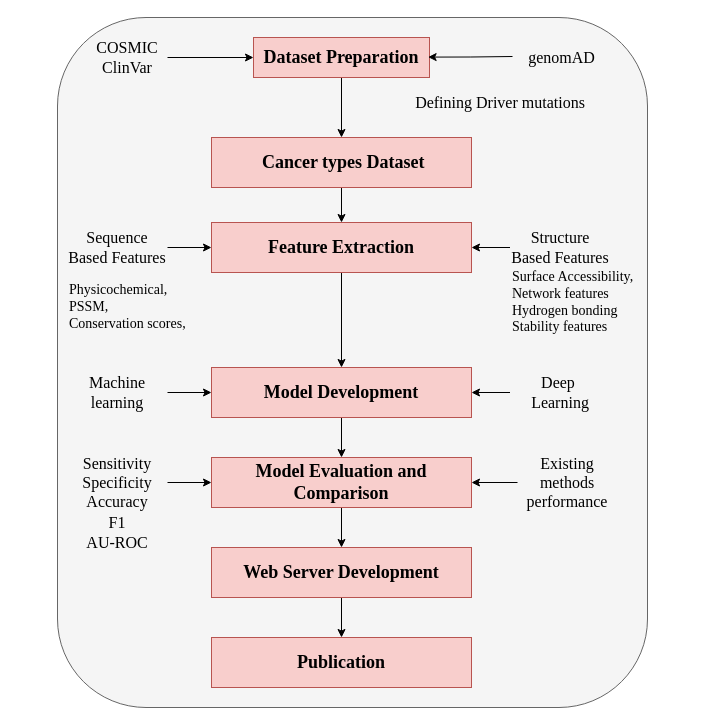
amitphogat/Phogat keeps this draw.io diagram as grant_2.drawio. Above is the earlier version. Source tidied: cells renumbered, new cells numbered last; positions are measured from the earlier drawing's top-left corner, leaving out a move shared by most shapes. Both pictures are drawn from the tidied source at 100%, with x=0, y=0 at pixel (57, 17).
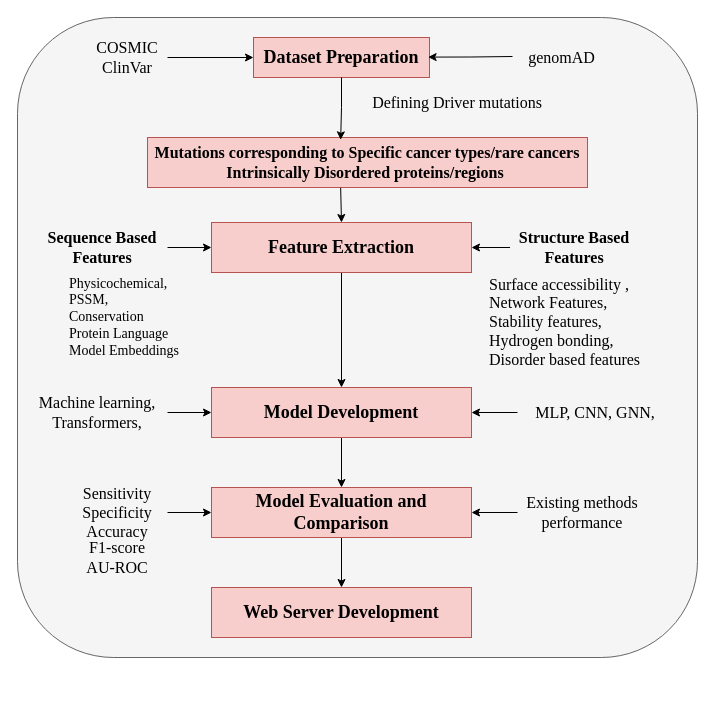
Above is the later version.

The change refers to these unchanged cells:
```xml
<mxCell id="4" value="Dataset Preparation" style="rounded=0;whiteSpace=wrap;html=1;fontFamily=Times New Roman;fontSize=18;fontStyle=1;fillColor=#f8cecc;strokeColor=#b85450;" parent="1" vertex="1">
  <mxGeometry x="196" y="20" width="176" height="40" as="geometry" />
</mxCell>
<mxCell id="9" value="Feature Extraction" style="rounded=0;whiteSpace=wrap;html=1;fontSize=18;fontFamily=Times New Roman;fontStyle=1;fillColor=#f8cecc;strokeColor=#b85450;" parent="1" vertex="1">
  <mxGeometry x="154" y="205" width="260" height="50" as="geometry" />
</mxCell>
```

The edit, as a diff of the source:
```diff
@@
     <mxCell id="2" style="rounded=1;whiteSpace=wrap;html=1;fontFamily=Times New Roman;fontSize=18;fontStyle=1;fillColor=#f5f5f5;fontColor=#333333;strokeColor=#666666;" parent="1" vertex="1">
-      <mxGeometry width="590" height="690" as="geometry" />
+      <mxGeometry x="-40" width="680" height="640" as="geometry" />
     </mxCell>
-    <mxCell id="3" style="edgeStyle=orthogonalEdgeStyle;rounded=0;jettySize=auto;html=1;exitX=0.5;exitY=1;exitDx=0;exitDy=0;entryX=0.5;entryY=0;entryDx=0;entryDy=0;" parent="1" edge="1" source="4" target="12">
-      <mxGeometry relative="1" as="geometry" />
-    </mxCell>
@@
     <mxCell id="10" value="Defining Driver mutations" style="text;html=1;whiteSpace=wrap;strokeColor=none;fillColor=none;align=center;verticalAlign=middle;rounded=0;fontFamily=Times New Roman;fontSize=16;" parent="1" vertex="1">
-      <mxGeometry x="332.5" y="70" width="220" height="30" as="geometry" />
+      <mxGeometry x="290" y="70" width="220" height="30" as="geometry" />
     </mxCell>
-    <mxCell id="11" style="edgeStyle=orthogonalEdgeStyle;rounded=0;jettySize=auto;html=1;exitX=0.5;exitY=1;exitDx=0;exitDy=0;entryX=0.5;entryY=0;entryDx=0;entryDy=0;" parent="1" edge="1" source="12" target="9">
-      <mxGeometry relative="1" as="geometry" />
-    </mxCell>
-    <mxCell id="12" value="&amp;nbsp;Cancer types Dataset" style="rounded=0;whiteSpace=wrap;html=1;fontSize=18;fontFamily=Times New Roman;fontStyle=1;fillColor=#f8cecc;strokeColor=#b85450;" parent="1" vertex="1">
-      <mxGeometry x="154" y="120" width="260" height="50" as="geometry" />
+    <mxCell id="12" value="Mutations corresponding to Specific cancer types/rare cancers Intrinsically Disordered proteins/regions&amp;nbsp;" style="rounded=0;whiteSpace=wrap;html=1;fontSize=16;fontFamily=Times New Roman;fontStyle=1;fillColor=#f8cecc;strokeColor=#b85450;" parent="1" vertex="1">
+      <mxGeometry x="90" y="120" width="440" height="50" as="geometry" />
     </mxCell>
@@
     <mxCell id="14" value="Model Development" style="rounded=0;whiteSpace=wrap;html=1;fontSize=18;fontFamily=Times New Roman;fontStyle=1;fillColor=#f8cecc;strokeColor=#b85450;" parent="1" vertex="1">
-      <mxGeometry x="154" y="350" width="260" height="50" as="geometry" />
+      <mxGeometry x="154" y="370" width="260" height="50" as="geometry" />
     </mxCell>
@@
     <mxCell id="16" value="Sensitivity&lt;div&gt;Specificity&lt;/div&gt;&lt;div&gt;Accuracy&lt;/div&gt;" style="text;html=1;whiteSpace=wrap;strokeColor=none;fillColor=none;align=center;verticalAlign=middle;rounded=0;fontFamily=Times New Roman;fontSize=16;" parent="1" vertex="1">
-      <mxGeometry x="10" y="435" width="100" height="60" as="geometry" />
+      <mxGeometry x="10" y="465" width="100" height="60" as="geometry" />
     </mxCell>
-    <mxCell id="17" value="&lt;div&gt;F1&lt;/div&gt;&lt;div&gt;AU-ROC&lt;/div&gt;" style="text;html=1;whiteSpace=wrap;strokeColor=none;fillColor=none;align=center;verticalAlign=middle;rounded=0;fontFamily=Times New Roman;fontSize=16;" parent="1" vertex="1">
-      <mxGeometry x="10" y="495" width="100" height="40" as="geometry" />
+    <mxCell id="17" value="&lt;div&gt;F1-score&lt;/div&gt;&lt;div&gt;AU-ROC&lt;/div&gt;" style="text;html=1;whiteSpace=wrap;strokeColor=none;fillColor=none;align=center;verticalAlign=middle;rounded=0;fontFamily=Times New Roman;fontSize=16;" parent="1" vertex="1">
+      <mxGeometry x="10" y="520" width="100" height="40" as="geometry" />
     </mxCell>
@@
     <mxCell id="19" value="Model Evaluation and Comparison" style="rounded=0;whiteSpace=wrap;html=1;fontSize=18;fontFamily=Times New Roman;fontStyle=1;fillColor=#f8cecc;strokeColor=#b85450;" parent="1" vertex="1">
-      <mxGeometry x="154" y="440" width="260" height="50" as="geometry" />
+      <mxGeometry x="154" y="470" width="260" height="50" as="geometry" />
     </mxCell>
@@
-    <mxCell id="22" value="Sequence Based Features" style="text;html=1;whiteSpace=wrap;strokeColor=none;fillColor=none;align=center;verticalAlign=middle;rounded=0;fontFamily=Times New Roman;fontSize=16;" parent="1" vertex="1">
-      <mxGeometry x="10" y="200" width="100" height="60" as="geometry" />
+    <mxCell id="22" value="Sequence Based Features" style="text;html=1;whiteSpace=wrap;strokeColor=none;fillColor=none;align=center;verticalAlign=middle;rounded=0;fontFamily=Times New Roman;fontSize=16;fontStyle=1;" parent="1" vertex="1">
+      <mxGeometry x="-20" y="200" width="130" height="60" as="geometry" />
     </mxCell>
@@
-    <mxCell id="24" value="Structure Based Features" style="text;html=1;whiteSpace=wrap;strokeColor=none;fillColor=none;align=center;verticalAlign=middle;rounded=0;fontFamily=Times New Roman;fontSize=16;" parent="1" vertex="1">
-      <mxGeometry x="452.5" y="200" width="100" height="60" as="geometry" />
+    <mxCell id="24" value="Structure Based Features" style="text;html=1;whiteSpace=wrap;strokeColor=none;fillColor=none;align=center;verticalAlign=middle;rounded=0;fontFamily=Times New Roman;fontSize=16;fontStyle=1;" parent="1" vertex="1">
+      <mxGeometry x="452.5" y="200" width="127.5" height="60" as="geometry" />
     </mxCell>
-    <mxCell id="25" value="Physicochemical,&lt;div&gt;PSSM,&lt;/div&gt;&lt;div&gt;Conservation scores,&amp;nbsp;&lt;/div&gt;" style="text;html=1;whiteSpace=wrap;strokeColor=none;fillColor=none;align=left;verticalAlign=middle;rounded=0;fontFamily=Times New Roman;fontSize=14;" parent="1" vertex="1">
-      <mxGeometry x="10" y="260" width="130" height="60" as="geometry" />
+    <mxCell id="25" value="&lt;div&gt;Physicochemical,&lt;/div&gt;&lt;div&gt;PSSM,&lt;/div&gt;&lt;div&gt;Conservation&lt;/div&gt;Protein Language Model Embeddings" style="text;html=1;whiteSpace=wrap;strokeColor=none;fillColor=none;align=left;verticalAlign=middle;rounded=0;fontFamily=Times New Roman;fontSize=14;" parent="1" vertex="1">
+      <mxGeometry x="10" y="270" width="130" height="60" as="geometry" />
     </mxCell>
-    <mxCell id="26" value="Surface Accessibility,&lt;div&gt;Network features&lt;/div&gt;&lt;div&gt;Hydrogen bonding&lt;/div&gt;&lt;div&gt;Stability features&lt;/div&gt;" style="text;html=1;whiteSpace=wrap;strokeColor=none;fillColor=none;align=left;verticalAlign=middle;rounded=0;fontFamily=Times New Roman;fontSize=14;" parent="1" vertex="1">
-      <mxGeometry x="452.5" y="255" width="130" height="60" as="geometry" />
-    </mxCell>
@@
-    <mxCell id="28" value="Machine learning" style="text;html=1;whiteSpace=wrap;strokeColor=none;fillColor=none;align=center;verticalAlign=middle;rounded=0;fontFamily=Times New Roman;fontSize=16;" parent="1" vertex="1">
-      <mxGeometry x="10" y="345" width="100" height="60" as="geometry" />
+    <mxCell id="28" value="Machine learning,&lt;div&gt;Transformers,&lt;br&gt;&lt;/div&gt;" style="text;html=1;whiteSpace=wrap;strokeColor=none;fillColor=none;align=center;verticalAlign=middle;rounded=0;fontFamily=Times New Roman;fontSize=16;" parent="1" vertex="1">
+      <mxGeometry x="-30" y="365" width="140" height="60" as="geometry" />
     </mxCell>
@@
-    <mxCell id="30" value="Deep&amp;nbsp;&lt;div&gt;Learning&lt;/div&gt;" style="text;html=1;whiteSpace=wrap;strokeColor=none;fillColor=none;align=center;verticalAlign=middle;rounded=0;fontFamily=Times New Roman;fontSize=16;" parent="1" vertex="1">
-      <mxGeometry x="452.5" y="345" width="100" height="60" as="geometry" />
+    <mxCell id="30" value="MLP, CNN, GNN,&amp;nbsp;" style="text;html=1;whiteSpace=wrap;strokeColor=none;fillColor=none;align=center;verticalAlign=middle;rounded=0;fontFamily=Times New Roman;fontSize=16;" parent="1" vertex="1">
+      <mxGeometry x="460" y="365" width="160" height="60" as="geometry" />
     </mxCell>
@@
     <mxCell id="32" value="Existing methods performance" style="text;html=1;whiteSpace=wrap;strokeColor=none;fillColor=none;align=center;verticalAlign=middle;rounded=0;fontFamily=Times New Roman;fontSize=16;" parent="1" vertex="1">
-      <mxGeometry x="460" y="435" width="100" height="60" as="geometry" />
+      <mxGeometry x="460" y="465" width="130" height="60" as="geometry" />
     </mxCell>
-    <mxCell id="33" style="edgeStyle=orthogonalEdgeStyle;rounded=0;jettySize=auto;html=1;" parent="1" edge="1" source="34" target="35">
-      <mxGeometry relative="1" as="geometry" />
-    </mxCell>
     <mxCell id="34" value="Web Server Development" style="rounded=0;whiteSpace=wrap;html=1;fontSize=18;fontFamily=Times New Roman;fontStyle=1;fillColor=#f8cecc;strokeColor=#b85450;" parent="1" vertex="1">
-      <mxGeometry x="154" y="530" width="260" height="50" as="geometry" />
+      <mxGeometry x="154" y="570" width="260" height="50" as="geometry" />
     </mxCell>
-    <mxCell id="35" value="Publication" style="rounded=0;whiteSpace=wrap;html=1;fontSize=18;fontFamily=Times New Roman;fontStyle=1;fillColor=#f8cecc;strokeColor=#b85450;" parent="1" vertex="1">
-      <mxGeometry x="154" y="620" width="260" height="50" as="geometry" />
-    </mxCell>
+    <mxCell id="36" value="&lt;span lang=&quot;EN-US&quot; style=&quot;font-size: 12pt; line-height: 18.559999px;&quot;&gt;Surface accessibility ,&amp;nbsp;&lt;/span&gt;&lt;div&gt;&lt;span lang=&quot;EN-US&quot; style=&quot;font-size: 12pt; line-height: 18.559999px;&quot;&gt;Network Features,&amp;nbsp;&lt;/span&gt;&lt;/div&gt;&lt;div&gt;&lt;span lang=&quot;EN-US&quot; style=&quot;font-size: 12pt; line-height: 18.559999px;&quot;&gt;Stability features,&lt;/span&gt;&lt;/div&gt;&lt;div&gt;&lt;span lang=&quot;EN-US&quot; style=&quot;font-size: 12pt; line-height: 18.559999px;&quot;&gt;Hydrogen bonding,&lt;/span&gt;&lt;/div&gt;&lt;div&gt;&lt;span lang=&quot;EN-US&quot; style=&quot;font-size: 12pt; line-height: 18.559999px;&quot;&gt;Disorder based features&lt;/span&gt;&lt;/div&gt;" style="text;html=1;whiteSpace=wrap;strokeColor=none;fillColor=none;align=left;verticalAlign=middle;rounded=0;fontFamily=Times New Roman;fontSize=14;" parent="1" vertex="1">
+      <mxGeometry x="430" y="260" width="200" height="90" as="geometry" />
+    </mxCell>
+    <mxCell id="3" style="edgeStyle=orthogonalEdgeStyle;rounded=0;jettySize=auto;html=1;exitX=0.5;exitY=1;exitDx=0;exitDy=0;entryX=0.439;entryY=0.047;entryDx=0;entryDy=0;entryPerimeter=0;" parent="1" edge="1" source="4" target="12">
+      <mxGeometry relative="1" as="geometry" />
+    </mxCell>
+    <mxCell id="11" style="endArrow=classic;html=1;rounded=0;entryX=0.5;entryY=0;entryDx=0;entryDy=0;exitX=0.439;exitY=1.006;exitDx=0;exitDy=0;exitPerimeter=0;" parent="1" edge="1" source="12" target="9">
+      <mxGeometry relative="1" as="geometry" />
+    </mxCell>
```
